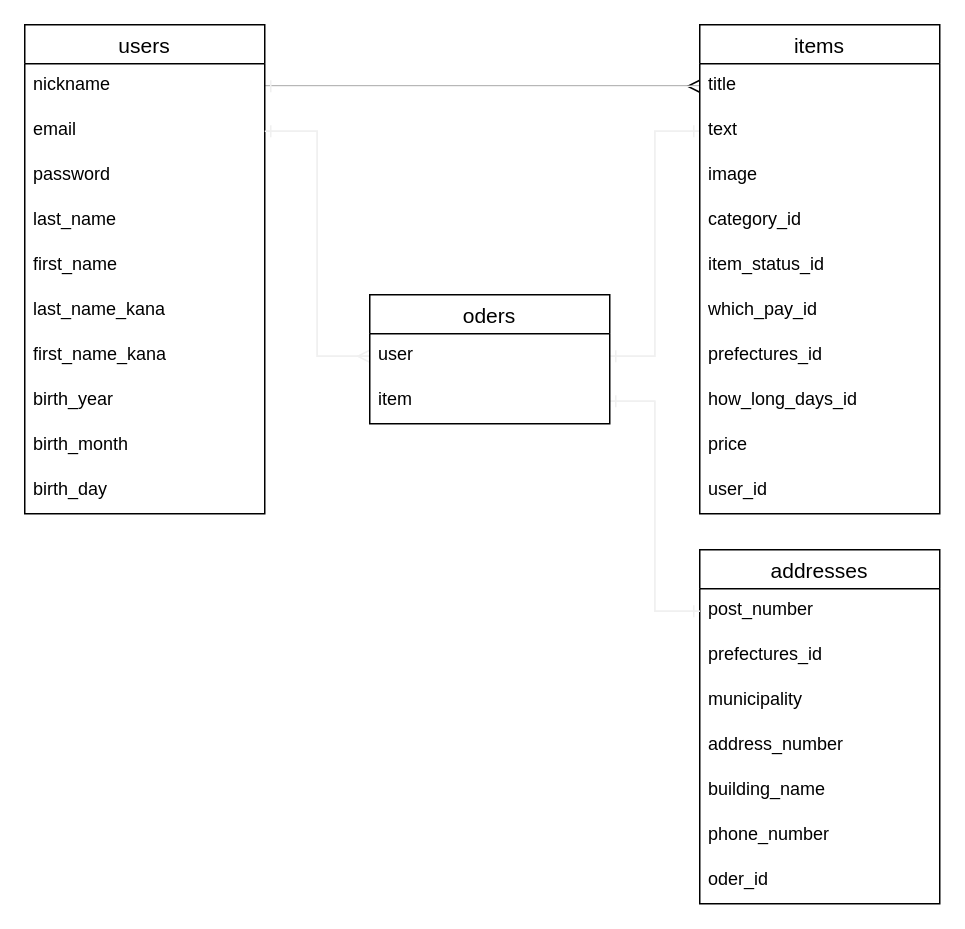
The draw.io diagram .dio in DaichiSakakibara/furima-31728, before the edit. Source tidied: cells renumbered, new cells numbered last; positions are measured from the earlier drawing's top-left corner, leaving out a move shared by most shapes. Both pictures are drawn from the tidied source at 150%, with x=0, y=0 at pixel (24, 24).
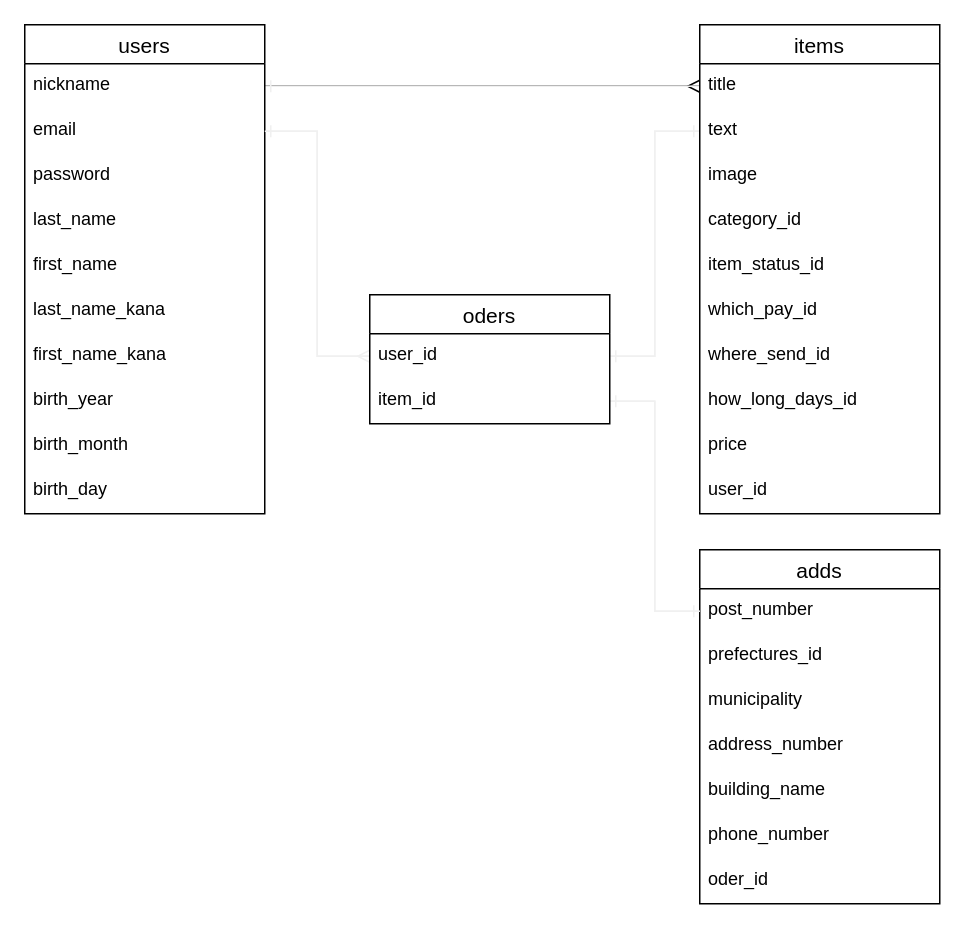
The same diagram, later.

Commit message (it also covers changes not shown here):
Revert "Merge branch 'master' into ユーザー管理機能"

This reverts commit 51ef3f5b196aac0946533390ace83e1572f4aa19, reversing
changes made to 9387e8ad9aebde41cb915d7f8f23a34d58df8723.

The change refers to these unchanged cells:
```xml
<mxCell id="18" value="items" style="swimlane;fontStyle=0;horizontal=1;startSize=26;align=center;fontSize=14;" parent="1" vertex="1">
  <mxGeometry x="450" width="160" height="326" as="geometry" />
</mxCell>
<mxCell id="40" value="oders" style="swimlane;fontStyle=0;horizontal=1;startSize=26;align=center;fontSize=14;" parent="1" vertex="1">
  <mxGeometry x="230" y="180" width="160" height="86" as="geometry" />
</mxCell>
```

What changed in the source:
```diff
@@
-    <mxCell id="25" value="prefectures_id" style="text;strokeColor=none;fillColor=none;spacingLeft=4;spacingRight=4;overflow=hidden;fontSize=12;" parent="18" vertex="1">
+    <mxCell id="25" value="where_send_id" style="text;strokeColor=none;fillColor=none;spacingLeft=4;spacingRight=4;overflow=hidden;fontSize=12;" parent="18" vertex="1">
       <mxGeometry y="206" width="160" height="30" as="geometry" />
     </mxCell>
@@
-    <mxCell id="30" value="addresses" style="swimlane;fontStyle=0;horizontal=1;startSize=26;align=center;fontSize=14;" parent="1" vertex="1">
+    <mxCell id="30" value="adds" style="swimlane;fontStyle=0;horizontal=1;startSize=26;align=center;fontSize=14;" parent="1" vertex="1">
       <mxGeometry x="450" y="350" width="160" height="236" as="geometry" />
     </mxCell>
@@
-    <mxCell id="41" value="user" style="text;strokeColor=none;fillColor=none;spacingLeft=4;spacingRight=4;overflow=hidden;points=[[0,0.5],[1,0.5]];portConstraint=eastwest;fontSize=12;" parent="40" vertex="1">
+    <mxCell id="41" value="user_id" style="text;strokeColor=none;fillColor=none;spacingLeft=4;spacingRight=4;overflow=hidden;points=[[0,0.5],[1,0.5]];portConstraint=eastwest;fontSize=12;" parent="40" vertex="1">
       <mxGeometry y="26" width="160" height="30" as="geometry" />
     </mxCell>
-    <mxCell id="42" value="item" style="text;strokeColor=none;fillColor=none;spacingLeft=4;spacingRight=4;overflow=hidden;points=[[0,0.5],[1,0.5]];portConstraint=eastwest;fontSize=12;" parent="40" vertex="1">
+    <mxCell id="42" value="item_id" style="text;strokeColor=none;fillColor=none;spacingLeft=4;spacingRight=4;overflow=hidden;points=[[0,0.5],[1,0.5]];portConstraint=eastwest;fontSize=12;" parent="40" vertex="1">
       <mxGeometry y="56" width="160" height="30" as="geometry" />
     </mxCell>
```
